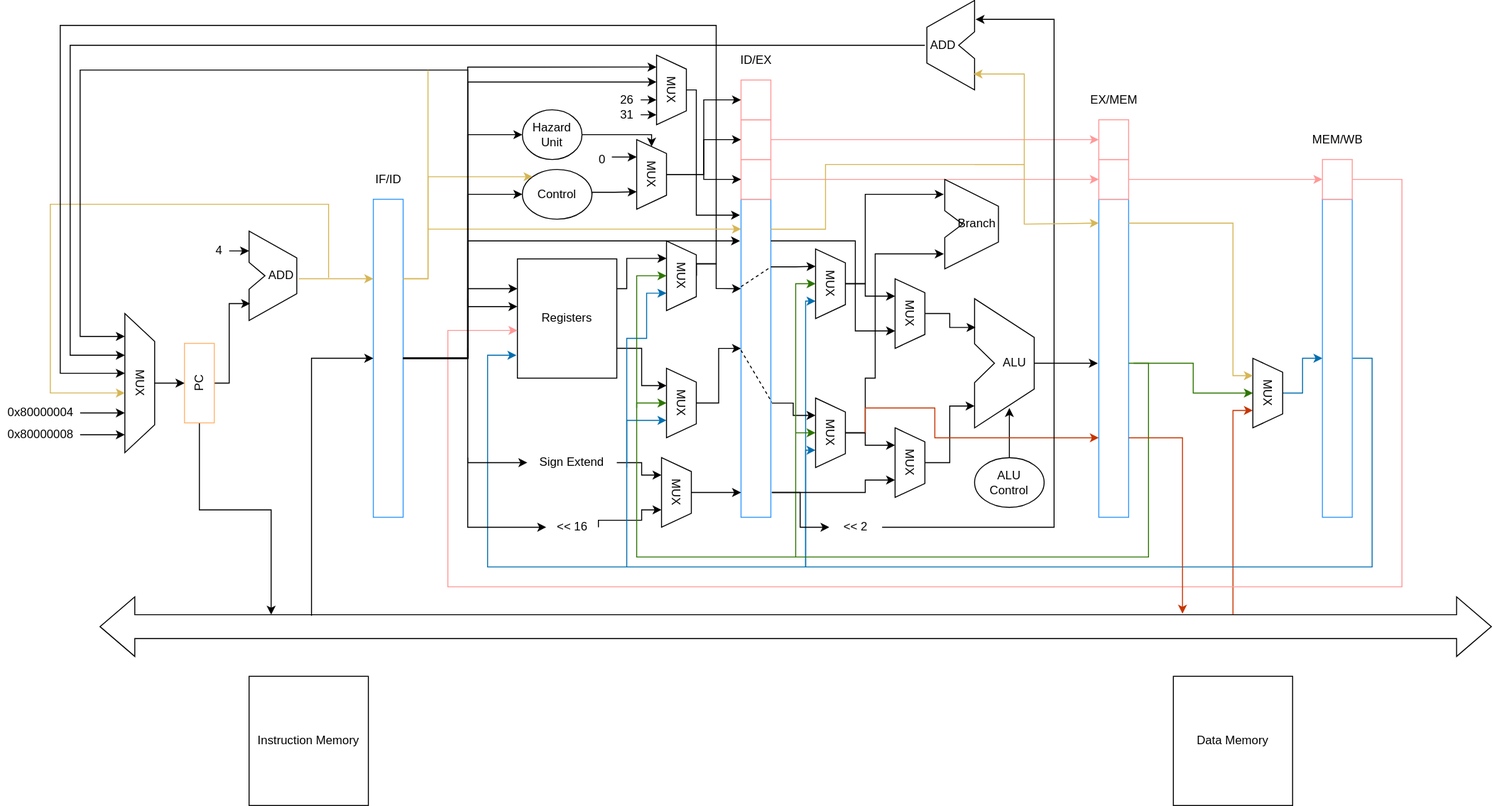
Before: MIPS-CPU.drawio.svg, a diagram exported from draw.io (boltma/MIPS-pipeline-CPU). Source tidied: cells renumbered, new cells last; positions are measured from the earlier drawing's top-left corner, leaving out a move shared by most shapes.
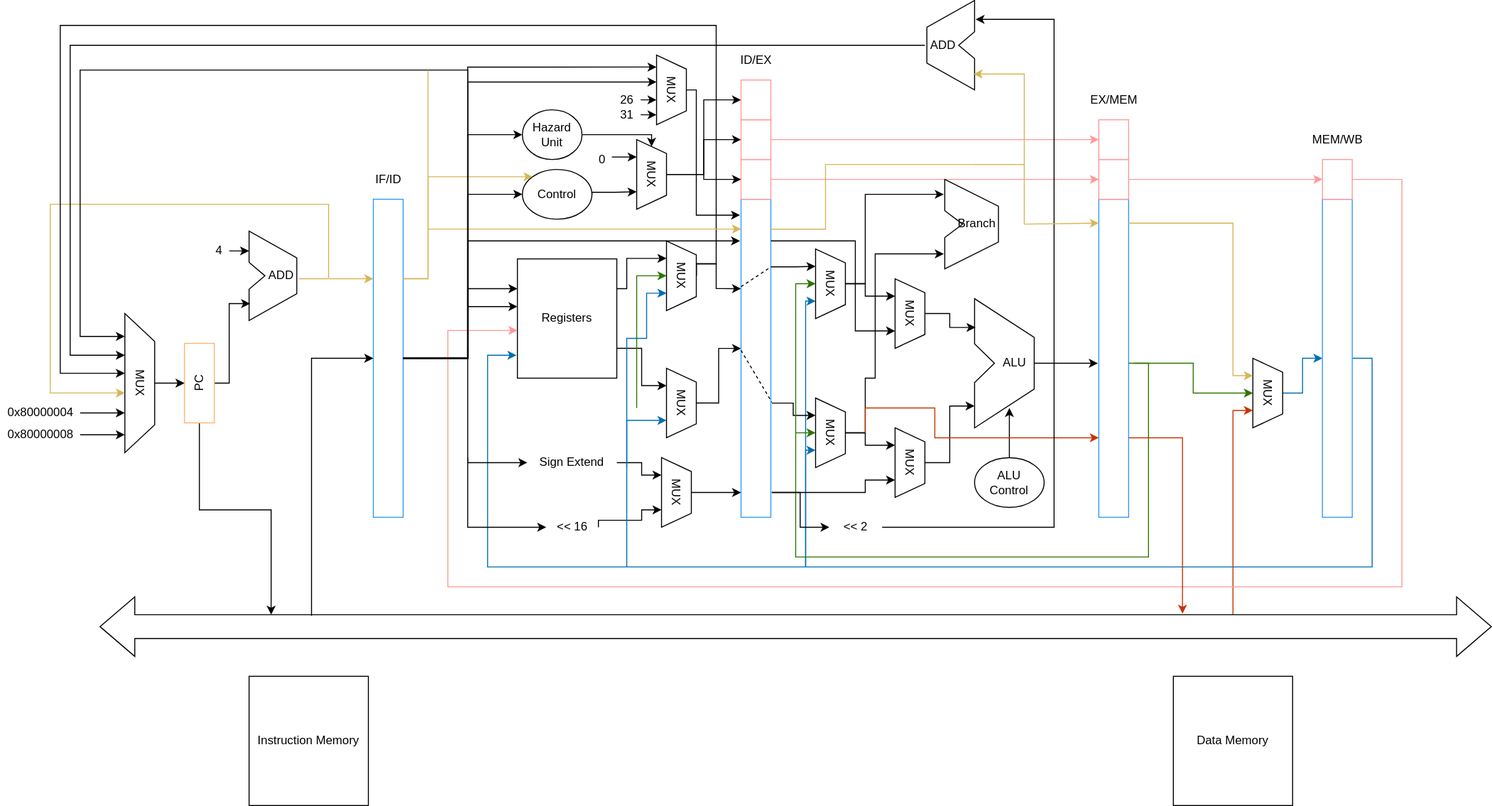
After the commit.

What changed in the source:
```diff
@@ -520,15 +520,6 @@
         </Array>
       </mxGeometry>
     </mxCell>
-    <mxCell id="112" style="edgeStyle=orthogonalEdgeStyle;rounded=0;jettySize=auto;html=1;exitX=0.5;exitY=1;exitDx=0;exitDy=0;entryX=0.5;entryY=1;entryDx=0;entryDy=0;fillColor=#60a917;strokeColor=#2D7600;" parent="1" edge="1" target="113">
-      <mxGeometry relative="1" as="geometry">
-        <mxPoint x="800" y="560" as="sourcePoint" />
-        <Array as="points">
-          <mxPoint x="640" y="560" />
-          <mxPoint x="640" y="405" />
-        </Array>
-      </mxGeometry>
-    </mxCell>
     <mxCell id="113" value="MUX" style="shape=trapezoid;perimeter=trapezoidPerimeter;whiteSpace=wrap;html=1;rotation=90;" parent="1" vertex="1">
       <mxGeometry x="650" y="390" width="70" height="30" as="geometry" />
     </mxCell>
```
